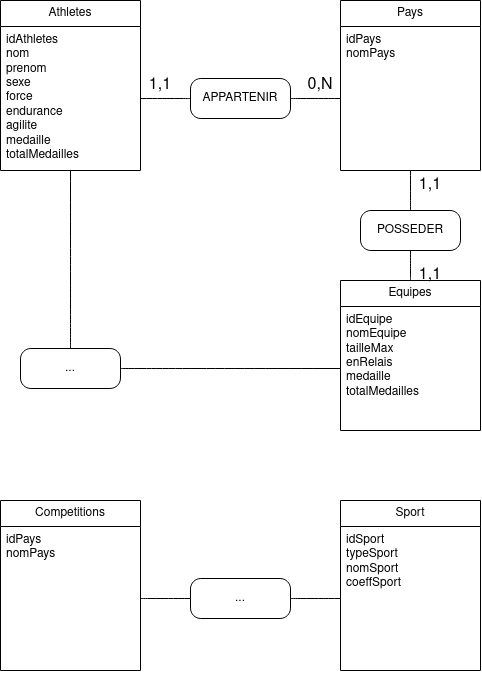
This is diagrammes/mcd.drawio.png from alexisnisol/JeuxOlympiques, a draw.io export, as it was before one commit. Source tidied: cells renumbered, new cells last; positions are measured from the earlier drawing's top-left corner, leaving out a move shared by most shapes. The source it was exported from:
```xml
<mxGraphModel>
  <root>
    <mxCell id="0" />
    <mxCell id="1" parent="0" />
    <mxCell id="2" value="Athletes" style="swimlane;fontStyle=0;horizontal=1;startSize=26;fillColor=none;whiteSpace=wrap;html=1;" parent="1" vertex="1">
      <mxGeometry width="140" height="170" as="geometry" />
    </mxCell>
    <mxCell id="3" value="&lt;div&gt;idAthletes&lt;br&gt;&lt;/div&gt;&lt;div&gt;nom&lt;/div&gt;&lt;div&gt;prenom&lt;/div&gt;&lt;div&gt;sexe&lt;/div&gt;&lt;div&gt;force&lt;/div&gt;&lt;div&gt;endurance&lt;/div&gt;&lt;div&gt;agilite&lt;/div&gt;&lt;div&gt;medaille&lt;/div&gt;&lt;div&gt;totalMedailles&lt;br&gt;&lt;/div&gt;" style="text;strokeColor=none;fillColor=none;align=left;verticalAlign=top;spacingLeft=4;spacingRight=4;overflow=hidden;points=[[0,0.5],[1,0.5]];portConstraint=eastwest;whiteSpace=wrap;html=1;" parent="2" vertex="1">
      <mxGeometry y="26" width="140" height="144" as="geometry" />
    </mxCell>
    <mxCell id="4" value="Pays" style="swimlane;fontStyle=0;horizontal=1;startSize=26;fillColor=none;whiteSpace=wrap;html=1;" parent="1" vertex="1">
      <mxGeometry x="340" width="140" height="170" as="geometry" />
    </mxCell>
    <mxCell id="5" value="&lt;div&gt;idPays&lt;/div&gt;&lt;div&gt;nomPays&lt;/div&gt;" style="text;strokeColor=none;fillColor=none;align=left;verticalAlign=top;spacingLeft=4;spacingRight=4;overflow=hidden;points=[[0,0.5],[1,0.5]];portConstraint=eastwest;whiteSpace=wrap;html=1;" parent="4" vertex="1">
      <mxGeometry y="26" width="140" height="144" as="geometry" />
    </mxCell>
    <mxCell id="6" style="edgeStyle=none;curved=1;rounded=0;jettySize=auto;html=1;fontSize=12;startSize=8;endSize=8;endArrow=none;endFill=0;" parent="1" edge="1" source="10" target="5">
      <mxGeometry relative="1" as="geometry" />
    </mxCell>
    <mxCell id="7" value="Equipes" style="swimlane;fontStyle=0;horizontal=1;startSize=26;fillColor=none;whiteSpace=wrap;html=1;" parent="1" vertex="1">
      <mxGeometry x="340" y="280" width="140" height="150" as="geometry" />
    </mxCell>
    <mxCell id="8" value="&lt;div&gt;idEquipe&lt;br&gt;&lt;/div&gt;&lt;div&gt;nomEquipe&lt;/div&gt;&lt;div&gt;tailleMax&lt;/div&gt;&lt;div&gt;enRelais&lt;/div&gt;&lt;div&gt;medaille&lt;/div&gt;&lt;div&gt;totalMedailles&lt;br&gt;&lt;/div&gt;" style="text;strokeColor=none;fillColor=none;align=left;verticalAlign=top;spacingLeft=4;spacingRight=4;overflow=hidden;points=[[0,0.5],[1,0.5]];portConstraint=eastwest;whiteSpace=wrap;html=1;" parent="7" vertex="1">
      <mxGeometry y="26" width="140" height="124" as="geometry" />
    </mxCell>
    <mxCell id="9" style="edgeStyle=none;curved=1;rounded=0;jettySize=auto;html=1;fontSize=12;startSize=8;endSize=8;endArrow=none;endFill=0;" parent="1" edge="1" source="7" target="10">
      <mxGeometry relative="1" as="geometry" />
    </mxCell>
    <mxCell id="10" value="POSSEDER" style="rounded=1;whiteSpace=wrap;html=1;arcSize=26;" parent="1" vertex="1">
      <mxGeometry x="360" y="210" width="100" height="40" as="geometry" />
    </mxCell>
    <mxCell id="11" style="edgeStyle=none;curved=1;rounded=0;jettySize=auto;html=1;fontSize=12;startSize=8;endSize=8;endArrow=none;endFill=0;" parent="1" edge="1" source="13" target="3">
      <mxGeometry relative="1" as="geometry" />
    </mxCell>
    <mxCell id="12" style="edgeStyle=none;curved=1;rounded=0;jettySize=auto;html=1;fontSize=12;startSize=8;endSize=8;endArrow=none;endFill=0;" parent="1" edge="1" source="13" target="5">
      <mxGeometry relative="1" as="geometry" />
    </mxCell>
    <mxCell id="13" value="APPARTENIR" style="rounded=1;whiteSpace=wrap;html=1;arcSize=26;" parent="1" vertex="1">
      <mxGeometry x="190" y="78" width="100" height="40" as="geometry" />
    </mxCell>
    <mxCell id="14" style="edgeStyle=none;curved=1;rounded=0;jettySize=auto;html=1;exitX=0.5;exitY=0;exitDx=0;exitDy=0;fontSize=12;startSize=8;endSize=8;endArrow=none;endFill=0;" parent="1" edge="1" source="15" target="2">
      <mxGeometry relative="1" as="geometry" />
    </mxCell>
    <mxCell id="15" value="..." style="rounded=1;whiteSpace=wrap;html=1;arcSize=26;" parent="1" vertex="1">
      <mxGeometry x="20" y="348" width="100" height="40" as="geometry" />
    </mxCell>
    <mxCell id="16" style="endArrow=none;html=1;rounded=0;fontSize=12;startSize=8;endSize=8;curved=1;entryX=0;entryY=0.5;entryDx=0;entryDy=0;" parent="1" edge="1" source="15" target="8">
      <mxGeometry relative="1" as="geometry" />
    </mxCell>
    <mxCell id="17" value="0,N" style="text;html=1;align=center;verticalAlign=middle;whiteSpace=wrap;rounded=0;fontSize=16;" parent="1" vertex="1">
      <mxGeometry x="290" y="70" width="60" height="30" as="geometry" />
    </mxCell>
    <mxCell id="18" value="1,1" style="text;html=1;align=center;verticalAlign=middle;whiteSpace=wrap;rounded=0;fontSize=16;" parent="1" vertex="1">
      <mxGeometry x="130" y="70" width="60" height="30" as="geometry" />
    </mxCell>
    <mxCell id="19" value="1,1" style="text;html=1;align=center;verticalAlign=middle;whiteSpace=wrap;rounded=0;fontSize=16;" parent="1" vertex="1">
      <mxGeometry x="400" y="170" width="60" height="30" as="geometry" />
    </mxCell>
    <mxCell id="20" value="1,1" style="text;html=1;align=center;verticalAlign=middle;whiteSpace=wrap;rounded=0;fontSize=16;" parent="1" vertex="1">
      <mxGeometry x="400" y="260" width="60" height="30" as="geometry" />
    </mxCell>
    <mxCell id="21" value="Competitions" style="swimlane;fontStyle=0;horizontal=1;startSize=26;fillColor=none;whiteSpace=wrap;html=1;" parent="1" vertex="1">
      <mxGeometry y="500" width="140" height="170" as="geometry" />
    </mxCell>
    <mxCell id="22" value="&lt;div&gt;idPays&lt;/div&gt;&lt;div&gt;nomPays&lt;/div&gt;" style="text;strokeColor=none;fillColor=none;align=left;verticalAlign=top;spacingLeft=4;spacingRight=4;overflow=hidden;points=[[0,0.5],[1,0.5]];portConstraint=eastwest;whiteSpace=wrap;html=1;" parent="21" vertex="1">
      <mxGeometry y="26" width="140" height="144" as="geometry" />
    </mxCell>
    <mxCell id="23" value="Sport" style="swimlane;fontStyle=0;horizontal=1;startSize=26;fillColor=none;whiteSpace=wrap;html=1;" parent="1" vertex="1">
      <mxGeometry x="340" y="500" width="140" height="170" as="geometry" />
    </mxCell>
    <mxCell id="24" value="&lt;div&gt;idSport&lt;/div&gt;&lt;div&gt;typeSport&lt;/div&gt;&lt;div&gt;nomSport&lt;/div&gt;&lt;div&gt;coeffSport&lt;/div&gt;" style="text;strokeColor=none;fillColor=none;align=left;verticalAlign=top;spacingLeft=4;spacingRight=4;overflow=hidden;points=[[0,0.5],[1,0.5]];portConstraint=eastwest;whiteSpace=wrap;html=1;" parent="23" vertex="1">
      <mxGeometry y="26" width="140" height="144" as="geometry" />
    </mxCell>
    <mxCell id="25" style="edgeStyle=none;curved=1;rounded=0;jettySize=auto;html=1;exitX=1;exitY=0.5;exitDx=0;exitDy=0;entryX=0;entryY=0.5;entryDx=0;entryDy=0;fontSize=12;startSize=8;endSize=8;endArrow=none;endFill=0;" parent="1" edge="1" source="26" target="24">
      <mxGeometry relative="1" as="geometry" />
    </mxCell>
    <mxCell id="26" value="..." style="rounded=1;whiteSpace=wrap;html=1;arcSize=26;" parent="1" vertex="1">
      <mxGeometry x="190" y="578" width="100" height="40" as="geometry" />
    </mxCell>
    <mxCell id="27" style="edgeStyle=none;curved=1;rounded=0;jettySize=auto;html=1;exitX=1;exitY=0.5;exitDx=0;exitDy=0;entryX=0;entryY=0.5;entryDx=0;entryDy=0;fontSize=12;startSize=8;endSize=8;endArrow=none;endFill=0;" parent="1" edge="1" source="22" target="26">
      <mxGeometry relative="1" as="geometry" />
    </mxCell>
  </root>
</mxGraphModel>
```
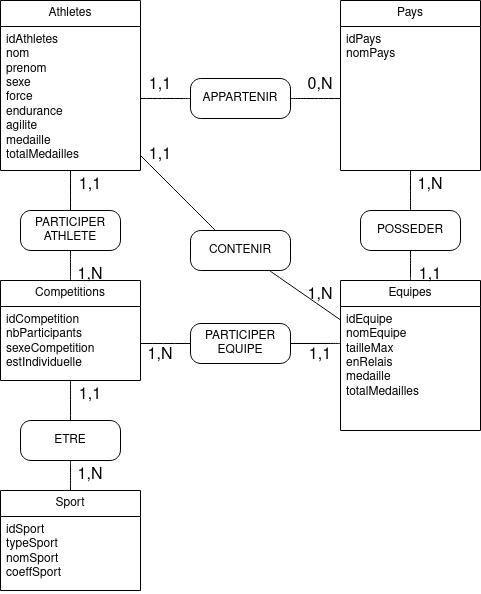
The same diagram one commit later.

Diff of the diagram source:
```diff
@@ -38,13 +38,13 @@
     <mxCell id="13" value="APPARTENIR" style="rounded=1;whiteSpace=wrap;html=1;arcSize=26;" parent="1" vertex="1">
       <mxGeometry x="190" y="78" width="100" height="40" as="geometry" />
     </mxCell>
-    <mxCell id="14" style="edgeStyle=none;curved=1;rounded=0;jettySize=auto;html=1;exitX=0.5;exitY=0;exitDx=0;exitDy=0;fontSize=12;startSize=8;endSize=8;endArrow=none;endFill=0;" parent="1" edge="1" source="15" target="2">
+    <mxCell id="14" style="edgeStyle=none;curved=1;rounded=0;jettySize=auto;html=1;exitX=0.25;exitY=0;exitDx=0;exitDy=0;fontSize=12;startSize=8;endSize=8;endArrow=none;endFill=0;" parent="1" edge="1" source="15" target="2">
       <mxGeometry relative="1" as="geometry" />
     </mxCell>
-    <mxCell id="15" value="..." style="rounded=1;whiteSpace=wrap;html=1;arcSize=26;" parent="1" vertex="1">
-      <mxGeometry x="20" y="348" width="100" height="40" as="geometry" />
+    <mxCell id="15" value="CONTENIR" style="rounded=1;whiteSpace=wrap;html=1;arcSize=26;" parent="1" vertex="1">
+      <mxGeometry x="190" y="230" width="100" height="40" as="geometry" />
     </mxCell>
-    <mxCell id="16" style="endArrow=none;html=1;rounded=0;fontSize=12;startSize=8;endSize=8;curved=1;entryX=0;entryY=0.5;entryDx=0;entryDy=0;" parent="1" edge="1" source="15" target="8">
+    <mxCell id="16" style="endArrow=none;html=1;rounded=0;fontSize=12;startSize=8;endSize=8;curved=1;" parent="1" edge="1" source="15" target="8">
       <mxGeometry relative="1" as="geometry" />
     </mxCell>
     <mxCell id="17" value="0,N" style="text;html=1;align=center;verticalAlign=middle;whiteSpace=wrap;rounded=0;fontSize=16;" parent="1" vertex="1">
@@ -53,32 +53,73 @@
     <mxCell id="18" value="1,1" style="text;html=1;align=center;verticalAlign=middle;whiteSpace=wrap;rounded=0;fontSize=16;" parent="1" vertex="1">
       <mxGeometry x="130" y="70" width="60" height="30" as="geometry" />
     </mxCell>
-    <mxCell id="19" value="1,1" style="text;html=1;align=center;verticalAlign=middle;whiteSpace=wrap;rounded=0;fontSize=16;" parent="1" vertex="1">
+    <mxCell id="19" value="1,N" style="text;html=1;align=center;verticalAlign=middle;whiteSpace=wrap;rounded=0;fontSize=16;" parent="1" vertex="1">
       <mxGeometry x="400" y="170" width="60" height="30" as="geometry" />
     </mxCell>
     <mxCell id="20" value="1,1" style="text;html=1;align=center;verticalAlign=middle;whiteSpace=wrap;rounded=0;fontSize=16;" parent="1" vertex="1">
       <mxGeometry x="400" y="260" width="60" height="30" as="geometry" />
     </mxCell>
     <mxCell id="21" value="Competitions" style="swimlane;fontStyle=0;horizontal=1;startSize=26;fillColor=none;whiteSpace=wrap;html=1;" parent="1" vertex="1">
-      <mxGeometry y="500" width="140" height="170" as="geometry" />
+      <mxGeometry y="280" width="140" height="100" as="geometry" />
     </mxCell>
-    <mxCell id="22" value="&lt;div&gt;idPays&lt;/div&gt;&lt;div&gt;nomPays&lt;/div&gt;" style="text;strokeColor=none;fillColor=none;align=left;verticalAlign=top;spacingLeft=4;spacingRight=4;overflow=hidden;points=[[0,0.5],[1,0.5]];portConstraint=eastwest;whiteSpace=wrap;html=1;" parent="21" vertex="1">
-      <mxGeometry y="26" width="140" height="144" as="geometry" />
+    <mxCell id="22" value="&lt;div&gt;idCompetition&lt;/div&gt;&lt;div&gt;nbParticipants&lt;/div&gt;&lt;div&gt;sexeCompetition&lt;/div&gt;&lt;div&gt;estIndividuelle&lt;br&gt;&lt;/div&gt;" style="text;strokeColor=none;fillColor=none;align=left;verticalAlign=top;spacingLeft=4;spacingRight=4;overflow=hidden;points=[[0,0.5],[1,0.5]];portConstraint=eastwest;whiteSpace=wrap;html=1;" parent="21" vertex="1">
+      <mxGeometry y="26" width="140" height="74" as="geometry" />
     </mxCell>
     <mxCell id="23" value="Sport" style="swimlane;fontStyle=0;horizontal=1;startSize=26;fillColor=none;whiteSpace=wrap;html=1;" parent="1" vertex="1">
-      <mxGeometry x="340" y="500" width="140" height="170" as="geometry" />
+      <mxGeometry y="490" width="140" height="100" as="geometry" />
     </mxCell>
     <mxCell id="24" value="&lt;div&gt;idSport&lt;/div&gt;&lt;div&gt;typeSport&lt;/div&gt;&lt;div&gt;nomSport&lt;/div&gt;&lt;div&gt;coeffSport&lt;/div&gt;" style="text;strokeColor=none;fillColor=none;align=left;verticalAlign=top;spacingLeft=4;spacingRight=4;overflow=hidden;points=[[0,0.5],[1,0.5]];portConstraint=eastwest;whiteSpace=wrap;html=1;" parent="23" vertex="1">
-      <mxGeometry y="26" width="140" height="144" as="geometry" />
+      <mxGeometry y="26" width="140" height="74" as="geometry" />
     </mxCell>
-    <mxCell id="25" style="edgeStyle=none;curved=1;rounded=0;jettySize=auto;html=1;exitX=1;exitY=0.5;exitDx=0;exitDy=0;entryX=0;entryY=0.5;entryDx=0;entryDy=0;fontSize=12;startSize=8;endSize=8;endArrow=none;endFill=0;" parent="1" edge="1" source="26" target="24">
+    <mxCell id="25" style="edgeStyle=none;curved=1;rounded=0;jettySize=auto;html=1;exitX=0.5;exitY=1;exitDx=0;exitDy=0;entryX=0.5;entryY=0;entryDx=0;entryDy=0;fontSize=12;startSize=8;endSize=8;endArrow=none;endFill=0;" parent="1" edge="1" source="26" target="23">
       <mxGeometry relative="1" as="geometry" />
     </mxCell>
-    <mxCell id="26" value="..." style="rounded=1;whiteSpace=wrap;html=1;arcSize=26;" parent="1" vertex="1">
-      <mxGeometry x="190" y="578" width="100" height="40" as="geometry" />
+    <mxCell id="26" value="ETRE" style="rounded=1;whiteSpace=wrap;html=1;arcSize=26;" parent="1" vertex="1">
+      <mxGeometry x="20" y="420" width="100" height="40" as="geometry" />
     </mxCell>
-    <mxCell id="27" style="edgeStyle=none;curved=1;rounded=0;jettySize=auto;html=1;exitX=1;exitY=0.5;exitDx=0;exitDy=0;entryX=0;entryY=0.5;entryDx=0;entryDy=0;fontSize=12;startSize=8;endSize=8;endArrow=none;endFill=0;" parent="1" edge="1" source="22" target="26">
+    <mxCell id="27" style="edgeStyle=none;curved=1;rounded=0;jettySize=auto;html=1;entryX=0.5;entryY=0;entryDx=0;entryDy=0;fontSize=12;startSize=8;endSize=8;endArrow=none;endFill=0;" parent="1" edge="1" source="22" target="26">
       <mxGeometry relative="1" as="geometry" />
     </mxCell>
+    <mxCell id="28" value="1,1" style="text;html=1;align=center;verticalAlign=middle;whiteSpace=wrap;rounded=0;fontSize=16;" parent="1" vertex="1">
+      <mxGeometry x="60" y="380" width="60" height="30" as="geometry" />
+    </mxCell>
+    <mxCell id="29" value="1,N" style="text;html=1;align=center;verticalAlign=middle;whiteSpace=wrap;rounded=0;fontSize=16;" parent="1" vertex="1">
+      <mxGeometry x="60" y="460" width="60" height="30" as="geometry" />
+    </mxCell>
+    <mxCell id="30" value="1,N" style="text;html=1;align=center;verticalAlign=middle;whiteSpace=wrap;rounded=0;fontSize=16;" parent="1" vertex="1">
+      <mxGeometry x="290" y="280" width="60" height="30" as="geometry" />
+    </mxCell>
+    <mxCell id="31" value="1,1" style="text;html=1;align=center;verticalAlign=middle;whiteSpace=wrap;rounded=0;fontSize=16;" parent="1" vertex="1">
+      <mxGeometry x="130" y="140" width="60" height="30" as="geometry" />
+    </mxCell>
+    <mxCell id="32" style="edgeStyle=none;curved=1;rounded=0;jettySize=auto;html=1;exitX=0.5;exitY=0;exitDx=0;exitDy=0;fontSize=12;startSize=8;endSize=8;endArrow=none;endFill=0;" parent="1" edge="1" source="21" target="3">
+      <mxGeometry relative="1" as="geometry" />
+    </mxCell>
+    <mxCell id="33" style="edgeStyle=none;curved=1;rounded=0;jettySize=auto;html=1;fontSize=12;startSize=8;endSize=8;endArrow=none;endFill=0;entryX=1;entryY=0.5;entryDx=0;entryDy=0;" parent="1" edge="1" target="22">
+      <mxGeometry relative="1" as="geometry">
+        <mxPoint x="330" y="343" as="sourcePoint" />
+      </mxGeometry>
+    </mxCell>
+    <mxCell id="34" style="edgeStyle=none;curved=1;rounded=0;jettySize=auto;html=1;fontSize=12;startSize=8;endSize=8;endArrow=none;endFill=0;entryX=1;entryY=0.5;entryDx=0;entryDy=0;exitX=-0.002;exitY=0.298;exitDx=0;exitDy=0;exitPerimeter=0;" parent="1" edge="1" source="8" target="35">
+      <mxGeometry relative="1" as="geometry" />
+    </mxCell>
+    <mxCell id="35" value="&lt;div&gt;PARTICIPER&lt;/div&gt;&lt;div&gt;EQUIPE&lt;br&gt;&lt;/div&gt;" style="rounded=1;whiteSpace=wrap;html=1;arcSize=26;" parent="1" vertex="1">
+      <mxGeometry x="190" y="323" width="100" height="40" as="geometry" />
+    </mxCell>
+    <mxCell id="36" value="&lt;div&gt;PARTICIPER&lt;/div&gt;ATHLETE" style="rounded=1;whiteSpace=wrap;html=1;arcSize=26;" parent="1" vertex="1">
+      <mxGeometry x="20" y="210" width="100" height="40" as="geometry" />
+    </mxCell>
+    <mxCell id="37" value="1,1" style="text;html=1;align=center;verticalAlign=middle;whiteSpace=wrap;rounded=0;fontSize=16;" parent="1" vertex="1">
+      <mxGeometry x="290" y="340" width="60" height="30" as="geometry" />
+    </mxCell>
+    <mxCell id="38" value="1,N" style="text;html=1;align=center;verticalAlign=middle;whiteSpace=wrap;rounded=0;fontSize=16;" parent="1" vertex="1">
+      <mxGeometry x="130" y="340" width="60" height="30" as="geometry" />
+    </mxCell>
+    <mxCell id="39" value="1,N" style="text;html=1;align=center;verticalAlign=middle;whiteSpace=wrap;rounded=0;fontSize=16;" parent="1" vertex="1">
+      <mxGeometry x="60" y="260" width="60" height="30" as="geometry" />
+    </mxCell>
+    <mxCell id="40" value="1,1" style="text;html=1;align=center;verticalAlign=middle;whiteSpace=wrap;rounded=0;fontSize=16;" parent="1" vertex="1">
+      <mxGeometry x="60" y="170" width="60" height="30" as="geometry" />
+    </mxCell>
   </root>
 </mxGraphModel>
```
